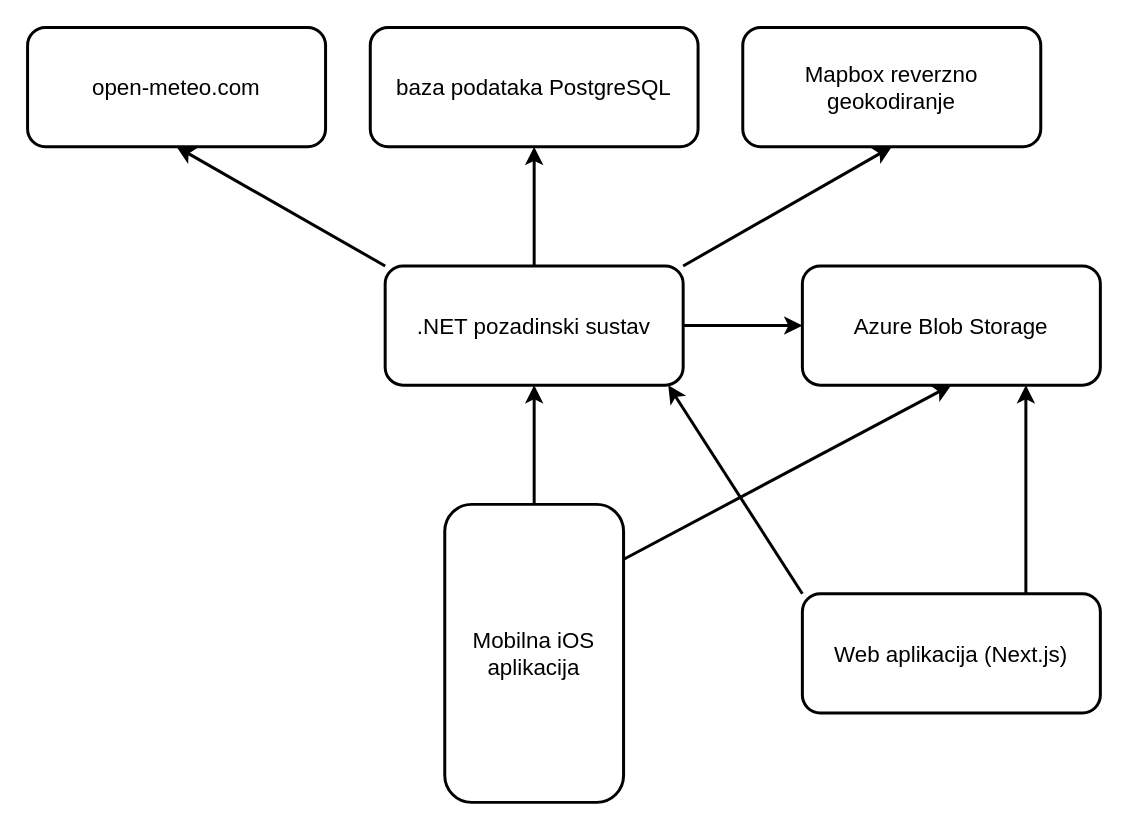
Earlier version of the draw.io diagram dokumentacija/images/arhitektura/arch.drawio (Adri-Noir/RouteBoard). Source tidied: cells renumbered, new cells numbered last; positions are measured from the earlier drawing's top-left corner, leaving out a move shared by most shapes. Both pictures are drawn from the tidied source at 149%, with x=0, y=0 at pixel (27, 27).
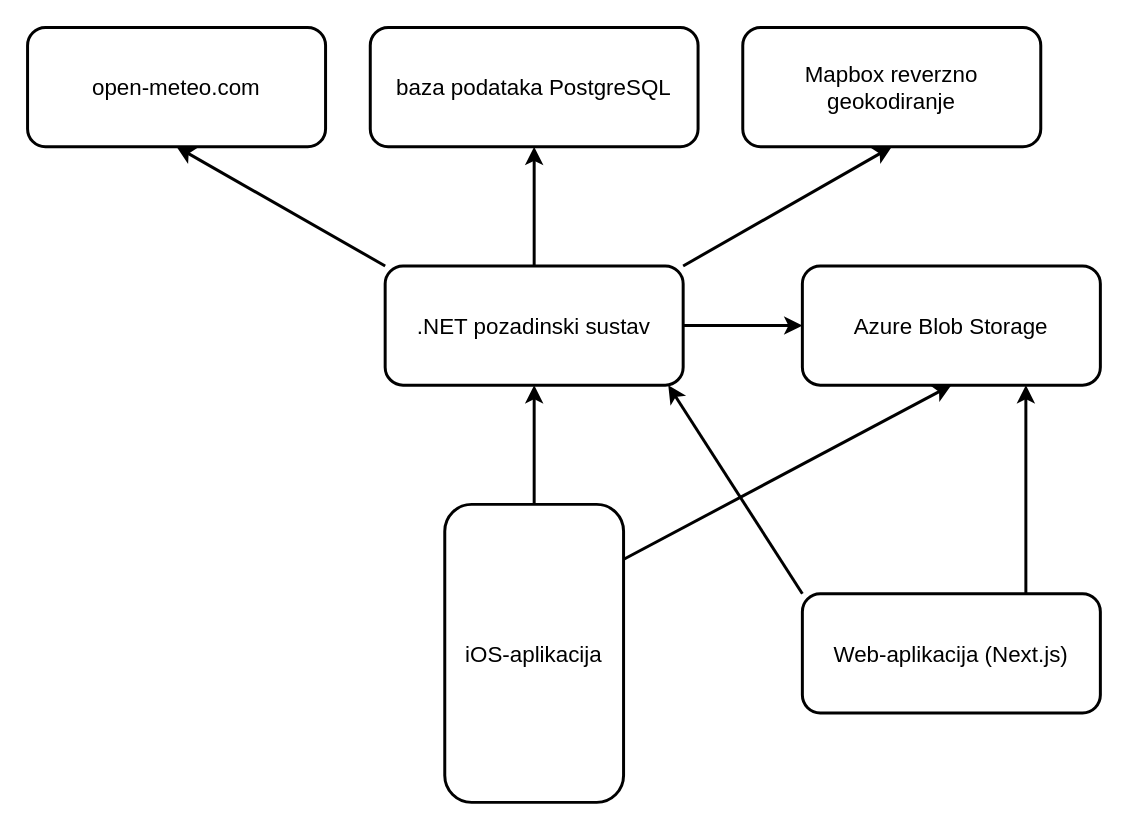
The same page after the edit.

Commit message (it also covers changes not shown here):
doc: fix arch diagram web app not having line

The edit, as a diff of the source:
```diff
@@
 <mxGraphModel>
   <root>
     <mxCell id="0" />
     <mxCell id="1" parent="0" />
     <mxCell id="2" value="&lt;font style=&quot;font-size: 15px;&quot;&gt;open-meteo.com&lt;/font&gt;" style="rounded=1;whiteSpace=wrap;html=1;strokeWidth=2;" parent="1" vertex="1">
       <mxGeometry width="200" height="80" as="geometry" />
     </mxCell>
     <mxCell id="3" value="&lt;font style=&quot;font-size: 15px;&quot;&gt;baza podataka PostgreSQL&lt;/font&gt;" style="rounded=1;whiteSpace=wrap;html=1;strokeWidth=2;" parent="1" vertex="1">
       <mxGeometry x="230" width="220" height="80" as="geometry" />
     </mxCell>
     <mxCell id="4" value="&lt;font style=&quot;font-size: 15px;&quot;&gt;Mapbox reverzno geokodiranje&lt;/font&gt;" style="rounded=1;whiteSpace=wrap;html=1;strokeWidth=2;" parent="1" vertex="1">
       <mxGeometry x="480" width="200" height="80" as="geometry" />
     </mxCell>
     <mxCell id="5" style="rounded=0;jettySize=auto;html=1;exitX=0;exitY=0;exitDx=0;exitDy=0;entryX=0.5;entryY=1;entryDx=0;entryDy=0;startSize=6;sourcePerimeterSpacing=0;jumpSize=6;strokeWidth=2;" parent="1" edge="1" source="9" target="2">
       <mxGeometry relative="1" as="geometry" />
     </mxCell>
     <mxCell id="6" style="edgeStyle=orthogonalEdgeStyle;rounded=0;jettySize=auto;html=1;exitX=0.5;exitY=0;exitDx=0;exitDy=0;entryX=0.5;entryY=1;entryDx=0;entryDy=0;strokeWidth=2;" parent="1" edge="1" source="9" target="3">
       <mxGeometry relative="1" as="geometry" />
     </mxCell>
     <mxCell id="7" style="rounded=0;jettySize=auto;html=1;exitX=1;exitY=0;exitDx=0;exitDy=0;entryX=0.5;entryY=1;entryDx=0;entryDy=0;strokeWidth=2;" parent="1" edge="1" source="9" target="4">
       <mxGeometry relative="1" as="geometry" />
     </mxCell>
     <mxCell id="8" style="edgeStyle=orthogonalEdgeStyle;rounded=0;jettySize=auto;html=1;exitX=1;exitY=0.5;exitDx=0;exitDy=0;entryX=0;entryY=0.5;entryDx=0;entryDy=0;strokeWidth=2;" parent="1" edge="1" source="9" target="10">
       <mxGeometry relative="1" as="geometry" />
     </mxCell>
     <mxCell id="9" value="&lt;font style=&quot;font-size: 15px;&quot;&gt;.NET pozadinski sustav&lt;/font&gt;" style="rounded=1;whiteSpace=wrap;html=1;strokeWidth=2;" parent="1" vertex="1">
       <mxGeometry x="240" y="160" width="200" height="80" as="geometry" />
     </mxCell>
     <mxCell id="10" value="&lt;font style=&quot;font-size: 15px;&quot;&gt;Azure Blob Storage&lt;/font&gt;" style="rounded=1;whiteSpace=wrap;html=1;strokeWidth=2;" parent="1" vertex="1">
       <mxGeometry x="520" y="160" width="200" height="80" as="geometry" />
     </mxCell>
     <mxCell id="11" style="edgeStyle=orthogonalEdgeStyle;rounded=0;jettySize=auto;html=1;exitX=0.5;exitY=0;exitDx=0;exitDy=0;entryX=0.5;entryY=1;entryDx=0;entryDy=0;strokeWidth=2;" parent="1" edge="1" source="13" target="9">
       <mxGeometry relative="1" as="geometry" />
     </mxCell>
     <mxCell id="12" style="rounded=0;jettySize=auto;html=1;exitX=0.983;exitY=0.19;exitDx=0;exitDy=0;entryX=0.5;entryY=1;entryDx=0;entryDy=0;exitPerimeter=0;strokeWidth=2;" parent="1" edge="1" source="13" target="10">
       <mxGeometry relative="1" as="geometry" />
     </mxCell>
-    <mxCell id="13" value="&lt;font style=&quot;font-size: 15px;&quot;&gt;Mobilna iOS aplikacija&lt;/font&gt;" style="rounded=1;whiteSpace=wrap;html=1;strokeWidth=2;" parent="1" vertex="1">
+    <mxCell id="13" value="&lt;font style=&quot;font-size: 15px;&quot;&gt;iOS-aplikacija&lt;/font&gt;" style="rounded=1;whiteSpace=wrap;html=1;strokeWidth=2;" parent="1" vertex="1">
       <mxGeometry x="280" y="320" width="120" height="200" as="geometry" />
     </mxCell>
     <mxCell id="14" style="rounded=0;jettySize=auto;html=1;exitX=0;exitY=0;exitDx=0;exitDy=0;strokeWidth=2;" parent="1" edge="1" source="16">
       <mxGeometry relative="1" as="geometry">
         <mxPoint x="430" y="240" as="targetPoint" />
       </mxGeometry>
     </mxCell>
     <mxCell id="15" style="edgeStyle=orthogonalEdgeStyle;rounded=0;jettySize=auto;html=1;exitX=0.75;exitY=0;exitDx=0;exitDy=0;entryX=0.75;entryY=1;entryDx=0;entryDy=0;strokeWidth=2;" parent="1" edge="1" source="16" target="10">
       <mxGeometry relative="1" as="geometry" />
     </mxCell>
-    <mxCell id="16" value="&lt;font style=&quot;font-size: 15px;&quot;&gt;Web aplikacija (Next.js)&lt;/font&gt;" style="rounded=1;whiteSpace=wrap;html=1;strokeWidth=2;" parent="1" vertex="1">
+    <mxCell id="16" value="&lt;font style=&quot;font-size: 15px;&quot;&gt;Web-aplikacija (Next.js)&lt;/font&gt;" style="rounded=1;whiteSpace=wrap;html=1;strokeWidth=2;" parent="1" vertex="1">
       <mxGeometry x="520" y="380" width="200" height="80" as="geometry" />
     </mxCell>
   </root>
 </mxGraphModel>
```
